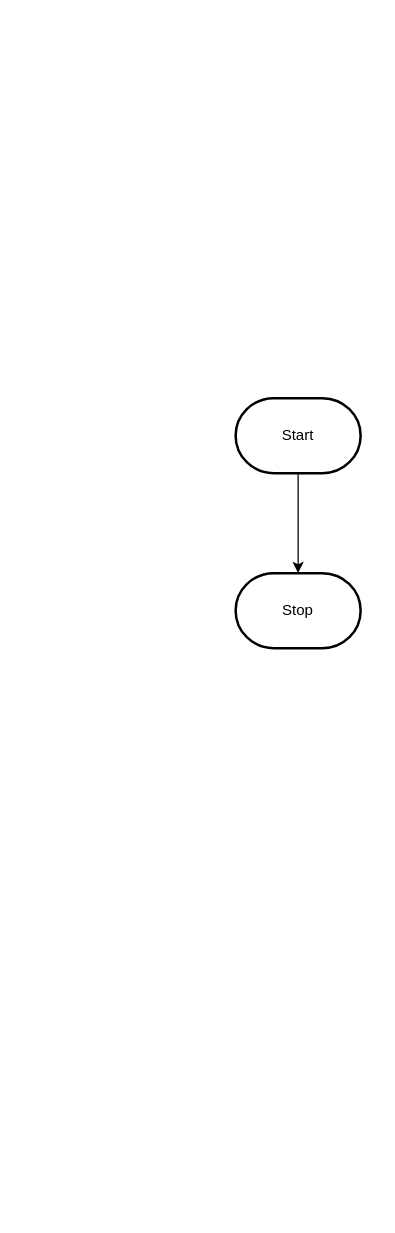
Above: design/flowchart.drawio in MTHS-ICS2O-2-2022/ICS2O-Unit-5-01-Osamah-Hasan (draw.io), before the change. Source tidied: cells renumbered, new cells numbered last; positions are measured from the earlier drawing's top-left corner, leaving out a move shared by most shapes. Both pictures are drawn from the tidied source at 125%, with x=0, y=0 at pixel (235, 398).
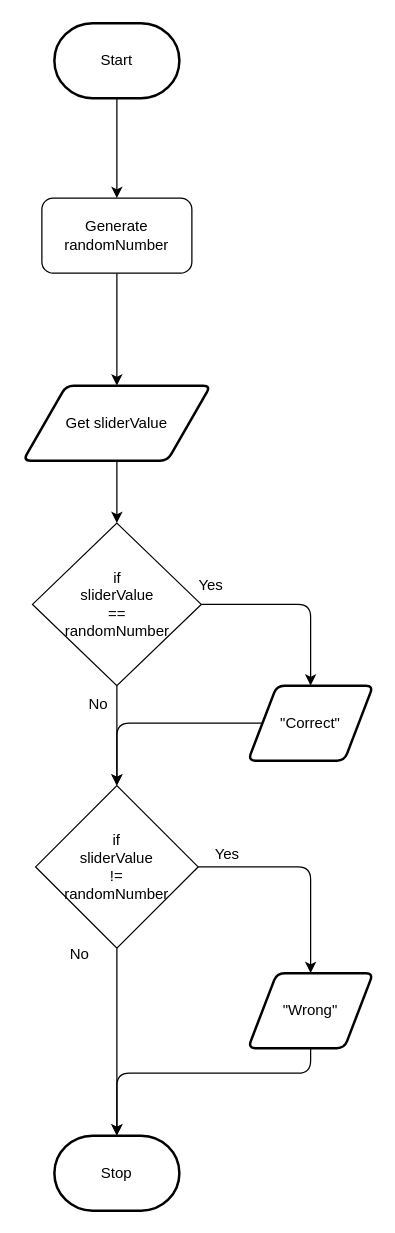
The same diagram, later.

Change to the diagram source:
```diff
@@
-    <mxCell id="2" style="edgeStyle=orthogonalEdgeStyle;html=1;rounded=0;" parent="1" edge="1" source="3" target="4">
-      <mxGeometry relative="1" as="geometry" />
-    </mxCell>
+    <mxCell id="5" style="edgeStyle=orthogonalEdgeStyle;html=1;" parent="1" edge="1" source="3" target="7">
+      <mxGeometry relative="1" as="geometry" />
+    </mxCell>
     <mxCell id="3" value="Start" style="strokeWidth=2;html=1;shape=mxgraph.flowchart.terminator;whiteSpace=wrap;" parent="1" vertex="1">
-      <mxGeometry width="100" height="60" as="geometry" />
+      <mxGeometry x="-145" y="-300" width="100" height="60" as="geometry" />
     </mxCell>
     <mxCell id="4" value="Stop" style="strokeWidth=2;html=1;shape=mxgraph.flowchart.terminator;whiteSpace=wrap;" parent="1" vertex="1">
-      <mxGeometry y="140" width="100" height="60" as="geometry" />
+      <mxGeometry x="-145" y="590" width="100" height="60" as="geometry" />
     </mxCell>
+    <mxCell id="6" style="edgeStyle=orthogonalEdgeStyle;html=1;" parent="1" edge="1" source="7" target="9">
+      <mxGeometry relative="1" as="geometry">
+        <Array as="points">
+          <mxPoint x="-95" y="-50" />
+          <mxPoint x="-95" y="-50" />
+        </Array>
+      </mxGeometry>
+    </mxCell>
+    <mxCell id="7" value="Generate&lt;br&gt;randomNumber" style="rounded=1;whiteSpace=wrap;html=1;" parent="1" vertex="1">
+      <mxGeometry x="-155" y="-160" width="120" height="60" as="geometry" />
+    </mxCell>
+    <mxCell id="8" style="edgeStyle=orthogonalEdgeStyle;html=1;" parent="1" edge="1" source="9" target="12">
+      <mxGeometry relative="1" as="geometry" />
+    </mxCell>
+    <mxCell id="9" value="Get sliderValue" style="shape=parallelogram;html=1;strokeWidth=2;perimeter=parallelogramPerimeter;whiteSpace=wrap;rounded=1;arcSize=12;size=0.23;" parent="1" vertex="1">
+      <mxGeometry x="-170" y="-10" width="150" height="60" as="geometry" />
+    </mxCell>
+    <mxCell id="10" style="edgeStyle=orthogonalEdgeStyle;html=1;entryX=0.5;entryY=0;entryDx=0;entryDy=0;" parent="1" edge="1" source="12" target="14">
+      <mxGeometry relative="1" as="geometry" />
+    </mxCell>
+    <mxCell id="11" style="edgeStyle=orthogonalEdgeStyle;html=1;" parent="1" edge="1" source="12" target="17">
+      <mxGeometry relative="1" as="geometry" />
+    </mxCell>
+    <mxCell id="12" value="if&lt;br&gt;sliderValue&lt;br&gt;==&lt;br&gt;randomNumber&lt;br&gt;" style="rhombus;whiteSpace=wrap;html=1;" parent="1" vertex="1">
+      <mxGeometry x="-162.5" y="100" width="135" height="130" as="geometry" />
+    </mxCell>
+    <mxCell id="13" style="edgeStyle=orthogonalEdgeStyle;html=1;" parent="1" edge="1" source="14" target="17">
+      <mxGeometry relative="1" as="geometry" />
+    </mxCell>
+    <mxCell id="14" value="&quot;Correct&quot;" style="shape=parallelogram;html=1;strokeWidth=2;perimeter=parallelogramPerimeter;whiteSpace=wrap;rounded=1;arcSize=12;size=0.23;" parent="1" vertex="1">
+      <mxGeometry x="10" y="230" width="100" height="60" as="geometry" />
+    </mxCell>
+    <mxCell id="15" style="edgeStyle=orthogonalEdgeStyle;html=1;" parent="1" edge="1" source="17" target="21">
+      <mxGeometry relative="1" as="geometry" />
+    </mxCell>
+    <mxCell id="16" style="edgeStyle=orthogonalEdgeStyle;html=1;entryX=0.5;entryY=0;entryDx=0;entryDy=0;entryPerimeter=0;" parent="1" edge="1" source="17" target="4">
+      <mxGeometry relative="1" as="geometry" />
+    </mxCell>
+    <mxCell id="17" value="if&lt;br&gt;sliderValue&lt;br&gt;!=&lt;br&gt;randomNumber&lt;br&gt;" style="rhombus;whiteSpace=wrap;html=1;" parent="1" vertex="1">
+      <mxGeometry x="-160" y="310" width="130" height="130" as="geometry" />
+    </mxCell>
+    <mxCell id="18" value="Yes" style="text;html=1;align=center;verticalAlign=middle;strokeColor=none;fillColor=none;" parent="1" vertex="1">
+      <mxGeometry x="-40" y="135" width="40" height="30" as="geometry" />
+    </mxCell>
+    <mxCell id="19" value="No" style="text;html=1;align=center;verticalAlign=middle;strokeColor=none;fillColor=none;" parent="1" vertex="1">
+      <mxGeometry x="-130" y="230" width="40" height="30" as="geometry" />
+    </mxCell>
+    <mxCell id="20" style="edgeStyle=orthogonalEdgeStyle;html=1;entryX=0.5;entryY=0;entryDx=0;entryDy=0;entryPerimeter=0;" parent="1" edge="1" source="21" target="4">
+      <mxGeometry relative="1" as="geometry">
+        <Array as="points">
+          <mxPoint x="60" y="540" />
+          <mxPoint x="-95" y="540" />
+        </Array>
+      </mxGeometry>
+    </mxCell>
+    <mxCell id="21" value="&quot;Wrong&quot;" style="shape=parallelogram;html=1;strokeWidth=2;perimeter=parallelogramPerimeter;whiteSpace=wrap;rounded=1;arcSize=12;size=0.23;" parent="1" vertex="1">
+      <mxGeometry x="10" y="460" width="100" height="60" as="geometry" />
+    </mxCell>
+    <mxCell id="22" value="Yes" style="text;html=1;align=center;verticalAlign=middle;strokeColor=none;fillColor=none;" parent="1" vertex="1">
+      <mxGeometry x="-27.5" y="350" width="40" height="30" as="geometry" />
+    </mxCell>
+    <mxCell id="23" value="No" style="text;html=1;align=center;verticalAlign=middle;strokeColor=none;fillColor=none;" parent="1" vertex="1">
+      <mxGeometry x="-145" y="430" width="40" height="30" as="geometry" />
+    </mxCell>
```
